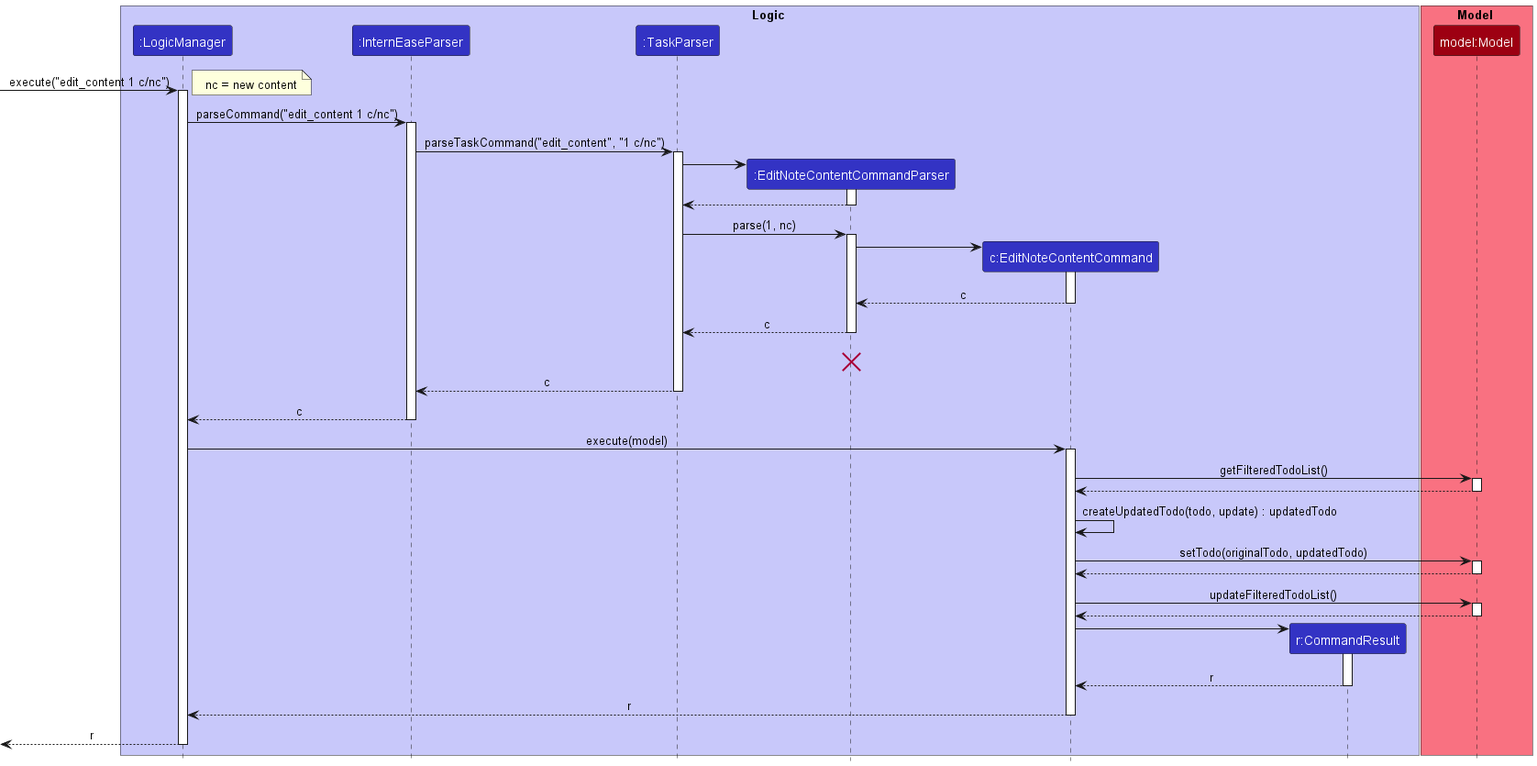
The PlantUML diagram docs/images/EditNoteContentSequenceDiagram.png in nus-cs2103-AY2223S2/tp, before a commit. Its diagram source:
```plantuml
@startuml
!include style.puml

box Logic LOGIC_COLOR_T1
participant ":LogicManager" as LogicManager LOGIC_COLOR
participant ":InternEaseParser" as InternEaseParser LOGIC_COLOR
participant ":TaskParser" as TaskParser LOGIC_COLOR
participant ":EditNoteContentCommandParser" as EditNoteContentCommandParser LOGIC_COLOR
participant "c:EditNoteContentCommand" as EditNoteContentCommand LOGIC_COLOR
participant "r:CommandResult" as CommandResult LOGIC_COLOR
end box

box Model MODEL_COLOR_T1
participant "model:Model" as Model MODEL_COLOR
end box

[-> LogicManager : execute("edit_content 1 c/nc")
activate LogicManager

note right: nc = new content
LogicManager -> InternEaseParser : parseCommand("edit_content 1 c/nc")
activate InternEaseParser

InternEaseParser -> TaskParser : parseTaskCommand("edit_content", "1 c/nc")
activate TaskParser

create EditNoteContentCommandParser
TaskParser -> EditNoteContentCommandParser
activate EditNoteContentCommandParser

EditNoteContentCommandParser --> TaskParser
deactivate EditNoteContentCommandParser

TaskParser -> EditNoteContentCommandParser : parse(1, nc)
activate EditNoteContentCommandParser

create EditNoteContentCommand
EditNoteContentCommandParser -> EditNoteContentCommand
activate EditNoteContentCommand

EditNoteContentCommand --> EditNoteContentCommandParser : c
deactivate EditNoteContentCommand

EditNoteContentCommandParser --> TaskParser : c
deactivate EditNoteContentCommandParser
EditNoteContentCommandParser -[hidden]-> InternEaseParser : result
destroy EditNoteContentCommandParser

TaskParser --> InternEaseParser : c
deactivate TaskParser

InternEaseParser --> LogicManager : c
deactivate InternEaseParser

LogicManager -> EditNoteContentCommand : execute(model)
activate EditNoteContentCommand

EditNoteContentCommand -> Model : getFilteredTodoList()
activate Model

Model --> EditNoteContentCommand
deactivate Model

EditNoteContentCommand -> EditNoteContentCommand : createUpdatedTodo(todo, update) : updatedTodo

EditNoteContentCommand -> Model : setTodo(originalTodo, updatedTodo)
activate Model

Model --> EditNoteContentCommand
deactivate Model

EditNoteContentCommand -> Model : updateFilteredTodoList()
activate Model

Model --> EditNoteContentCommand
deactivate Model

create CommandResult
EditNoteContentCommand -> CommandResult
activate CommandResult

CommandResult --> EditNoteContentCommand : r
deactivate CommandResult

EditNoteContentCommand --> LogicManager : r
deactivate EditNoteContentCommand


[<--LogicManager : r
deactivate LogicManager
@enduml
```
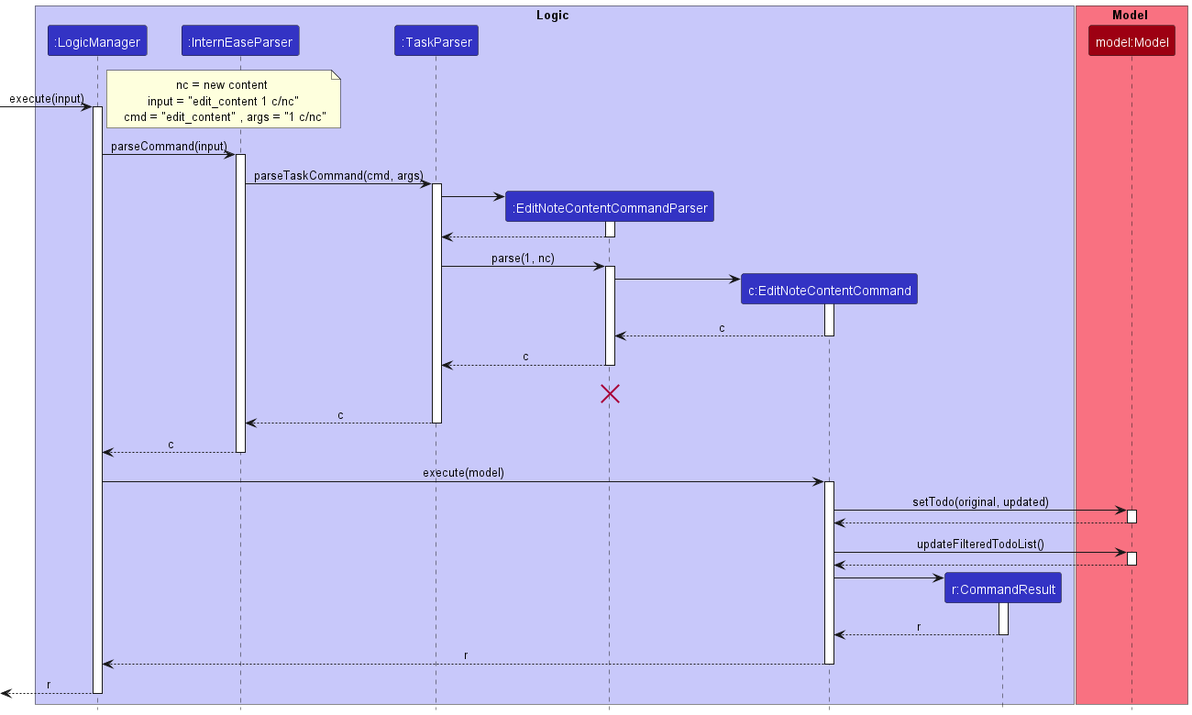
The same file after the commit.

The edit, as a diff of the source:
```diff
@@ -14,14 +14,14 @@
 participant "model:Model" as Model MODEL_COLOR
 end box
 
-[-> LogicManager : execute("edit_content 1 c/nc")
+[-> LogicManager : execute(input)
 activate LogicManager
 
-note right: nc = new content
-LogicManager -> InternEaseParser : parseCommand("edit_content 1 c/nc")
+note right: nc = new content \n input = "edit_content 1 c/nc" \n cmd = "edit_content" , args = "1 c/nc"
+LogicManager -> InternEaseParser : parseCommand(input)
 activate InternEaseParser
 
-InternEaseParser -> TaskParser : parseTaskCommand("edit_content", "1 c/nc")
+InternEaseParser -> TaskParser : parseTaskCommand(cmd, args)
 activate TaskParser
 
 create EditNoteContentCommandParser
@@ -54,16 +54,7 @@
 
 LogicManager -> EditNoteContentCommand : execute(model)
 activate EditNoteContentCommand
-
-EditNoteContentCommand -> Model : getFilteredTodoList()
-activate Model
-
-Model --> EditNoteContentCommand
-deactivate Model
-
-EditNoteContentCommand -> EditNoteContentCommand : createUpdatedTodo(todo, update) : updatedTodo
-
-EditNoteContentCommand -> Model : setTodo(originalTodo, updatedTodo)
+EditNoteContentCommand -> Model : setTodo(original, updated)
 activate Model
 
 Model --> EditNoteContentCommand
```
